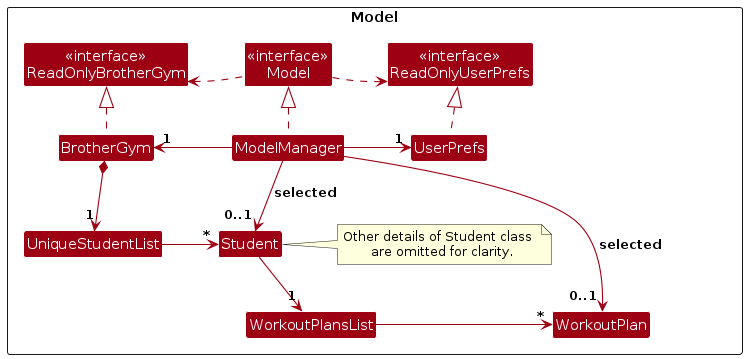
AY2627S1-CS2103T-T11-4/tp keeps this PlantUML diagram as diagrams/ModelClassDiagram.png. Above is the earlier version. Its source is kept beside it as diagrams/ModelClassDiagram.puml.
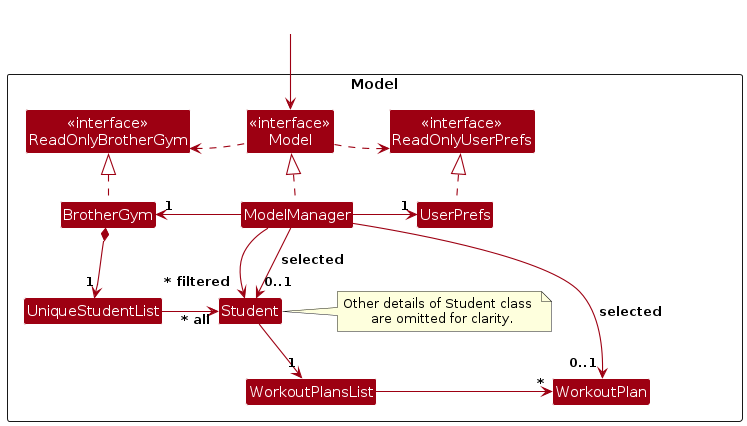
After the change.

Diff of the diagram source:
```diff
@@ -24,6 +24,8 @@
 
 }
 
+Class HiddenOutside #FFFFFF
+HiddenOutside --> Model
 
 BrotherGym .up.|> ReadOnlyBrotherGym
 
@@ -38,13 +40,14 @@
 Model -[hidden]right-> ReadOnlyUserPrefs
 
 BrotherGym *--> "1" UniqueStudentList
-UniqueStudentList -right-> "*" Student
+UniqueStudentList -right-> "~* all" Student
 
 Student -down-> "1" WorkoutPlansList
 WorkoutPlansList -right-> "*" WorkoutPlan
 
 Student -right- N1
 
+ModelManager --> "~* filtered" Student
 ModelManager -down-> "0..1" Student : selected
 ModelManager -down-> "0..1" WorkoutPlan : selected
 @enduml
```
